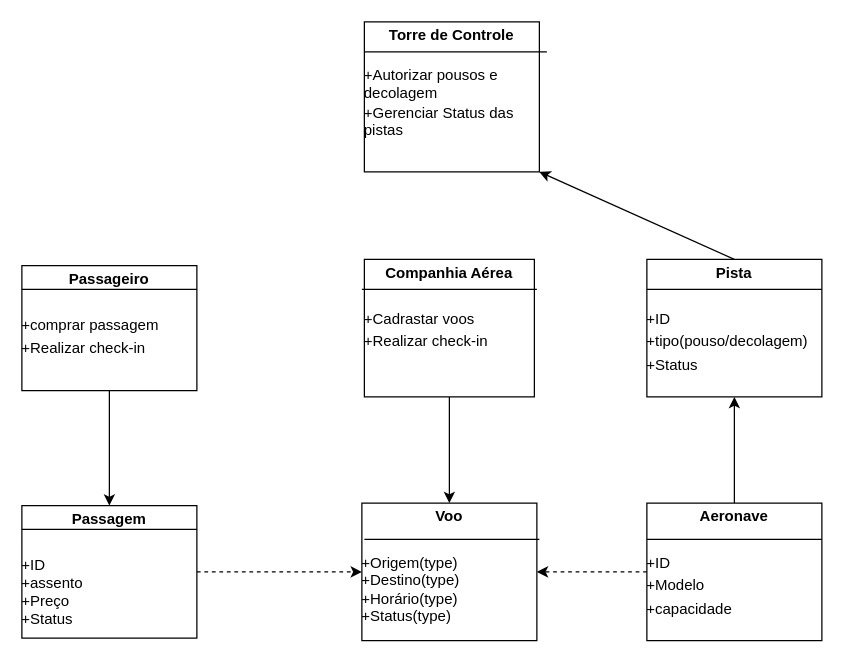
Earlier version of the draw.io diagram page "Página-10" (10 of 10) of Diagrama sem nome.drawio (lucitachi/diagramasderequisitos). Source tidied: cells renumbered, new cells numbered last; positions are measured from the earlier drawing's top-left corner, leaving out a move shared by most shapes. Both pictures are drawn from the tidied source at 125%, with x=0, y=0 at pixel (21, 21).
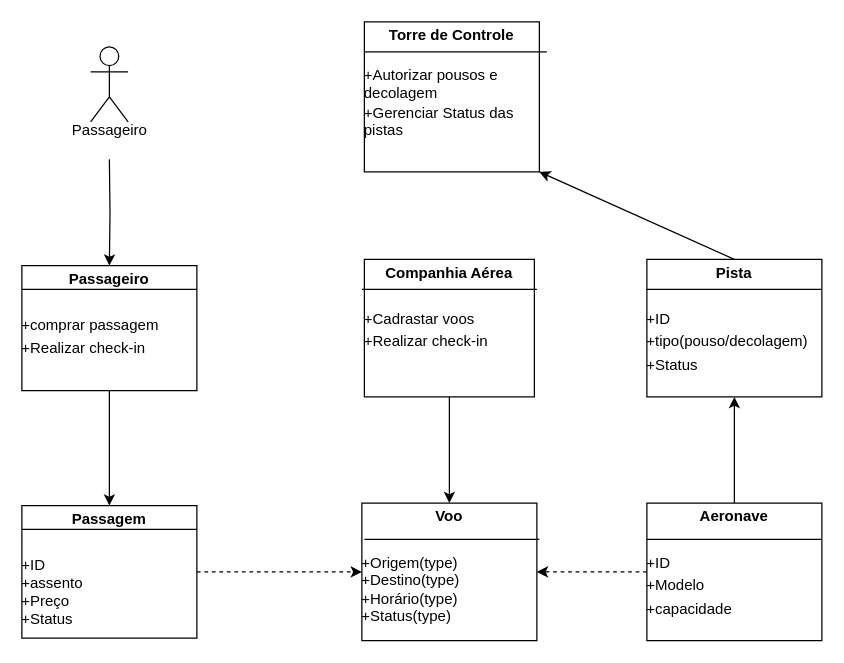
Above is the later version.

Unchanged cells that the change refers to:
```xml
<mxCell id="5" value="&lt;p style=&quot;margin:0px;margin-top:4px;text-align:center;&quot;&gt;&lt;b&gt;Passageiro&lt;/b&gt;&lt;/p&gt;&lt;p style=&quot;margin: 4px 0px 0px;&quot;&gt;&lt;br&gt;&lt;/p&gt;&lt;p style=&quot;margin: 4px 0px 0px;&quot;&gt;+comprar passagem&lt;/p&gt;&lt;p style=&quot;margin: 4px 0px 0px;&quot;&gt;+Realizar check-in&lt;/p&gt;&lt;p style=&quot;margin:0px;margin-top:4px;text-align:center;&quot;&gt;&lt;b&gt;&lt;br&gt;&lt;/b&gt;&lt;/p&gt;&lt;p style=&quot;margin: 4px 0px 0px;&quot;&gt;&lt;br&gt;&lt;/p&gt;&lt;p style=&quot;margin: 4px 0px 0px;&quot;&gt;&lt;b&gt;&lt;br&gt;&lt;/b&gt;&lt;/p&gt;" style="verticalAlign=top;align=left;overflow=fill;html=1;whiteSpace=wrap;" parent="1" vertex="1">
  <mxGeometry y="195" width="140" height="100" as="geometry" />
</mxCell>
```

Diff of the diagram source:
```diff
@@
+    <mxCell id="23" style="edgeStyle=orthogonalEdgeStyle;rounded=0;jettySize=auto;html=1;entryX=0.5;entryY=0;entryDx=0;entryDy=0;" parent="1" edge="1" target="5">
+      <mxGeometry relative="1" as="geometry">
+        <mxPoint x="70" y="110" as="sourcePoint" />
+      </mxGeometry>
+    </mxCell>
+    <mxCell id="24" value="&lt;div style=&quot;line-height: 0%;&quot;&gt;Passageiro&lt;/div&gt;" style="shape=umlActor;verticalLabelPosition=bottom;verticalAlign=top;html=1;" parent="1" vertex="1">
+      <mxGeometry x="55" y="20" width="30" height="60" as="geometry" />
+    </mxCell>
```
